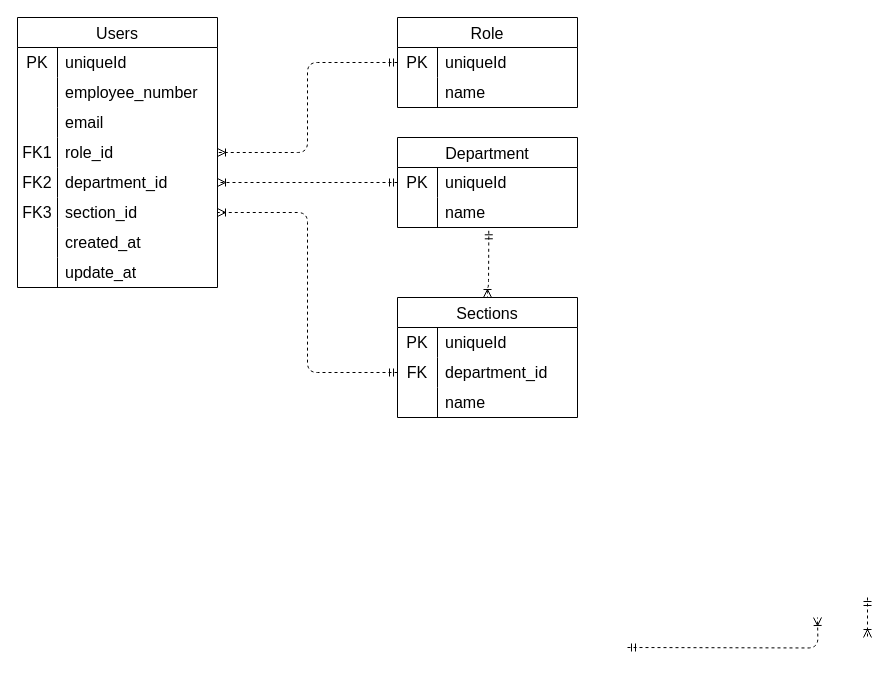
The draw.io diagram Surat Perintah Lembur.drawio in Hudha11/dbd-surat-perintah-lembur, before the edit. Source tidied: cells renumbered, new cells numbered last; positions are measured from the earlier drawing's top-left corner, leaving out a move shared by most shapes. Both pictures are drawn from the tidied source at 100%, with x=0, y=0 at pixel (17, 17).
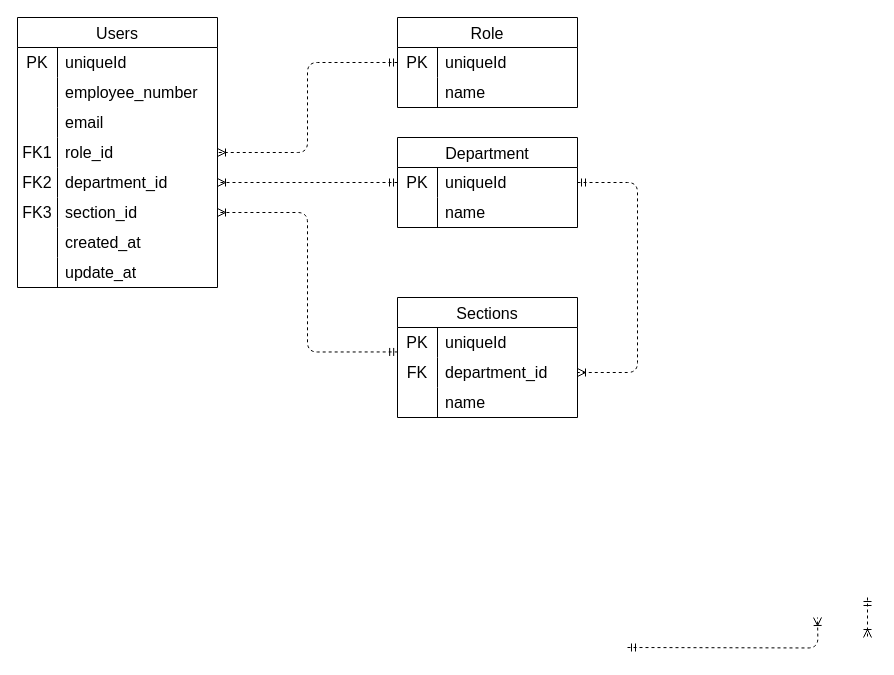
Above is the later version.

Unchanged cells that the change refers to:
```xml
<mxCell id="21" style="shape=tableRow;horizontal=0;startSize=0;swimlaneHead=0;swimlaneBody=0;top=0;left=0;bottom=0;right=0;fillColor=none;points=[[0,0.5],[1,0.5]];portConstraint=eastwest;strokeColor=inherit;fontSize=16;" parent="5" vertex="1">
  <mxGeometry y="180" width="200" height="30" as="geometry" />
</mxCell>
<mxCell id="38" style="shape=tableRow;horizontal=0;startSize=0;swimlaneHead=0;swimlaneBody=0;top=0;left=0;bottom=0;right=0;fillColor=none;points=[[0,0.5],[1,0.5]];portConstraint=eastwest;strokeColor=inherit;fontSize=16;" parent="37" vertex="1">
  <mxGeometry y="30" width="180" height="30" as="geometry" />
</mxCell>
<mxCell id="41" style="shape=tableRow;horizontal=0;startSize=0;swimlaneHead=0;swimlaneBody=0;top=0;left=0;bottom=0;right=0;fillColor=none;points=[[0,0.5],[1,0.5]];portConstraint=eastwest;strokeColor=inherit;fontSize=16;" parent="37" vertex="1">
  <mxGeometry y="60" width="180" height="30" as="geometry" />
</mxCell>
<mxCell id="44" value="Sections" style="shape=table;startSize=30;childLayout=tableLayout;rowLines=0;fontStyle=0;strokeColor=default;fontSize=16;" parent="1" vertex="1">
  <mxGeometry x="380" y="280" width="180" height="120" as="geometry" />
</mxCell>
<mxCell id="45" style="shape=tableRow;horizontal=0;startSize=0;swimlaneHead=0;swimlaneBody=0;top=0;left=0;bottom=0;right=0;fillColor=none;points=[[0,0.5],[1,0.5]];portConstraint=eastwest;strokeColor=inherit;fontSize=16;" parent="44" vertex="1">
  <mxGeometry y="30" width="180" height="30" as="geometry" />
</mxCell>
<mxCell id="48" style="shape=tableRow;horizontal=0;startSize=0;swimlaneHead=0;swimlaneBody=0;top=0;left=0;bottom=0;right=0;fillColor=none;points=[[0,0.5],[1,0.5]];portConstraint=eastwest;strokeColor=inherit;fontSize=16;" parent="44" vertex="1">
  <mxGeometry y="60" width="180" height="30" as="geometry" />
</mxCell>
```

The edit, as a diff of the source:
```diff
@@
-    <mxCell id="55" style="edgeStyle=orthogonalEdgeStyle;html=1;entryX=1;entryY=0.5;labelBackgroundColor=none;startArrow=ERmandOne;endArrow=ERoneToMany;fontFamily=Verdana;fontSize=12;align=left;dashed=1;entryDx=0;entryDy=0;exitX=0;exitY=0.5;exitDx=0;exitDy=0;" parent="1" edge="1" source="48" target="21">
+    <mxCell id="55" style="edgeStyle=orthogonalEdgeStyle;html=1;entryX=1;entryY=0.5;labelBackgroundColor=none;startArrow=ERmandOne;endArrow=ERoneToMany;fontFamily=Verdana;fontSize=12;align=left;dashed=1;entryDx=0;entryDy=0;exitX=0.001;exitY=0.815;exitDx=0;exitDy=0;exitPerimeter=0;" parent="1" edge="1" source="45" target="21">
       <mxGeometry relative="1" as="geometry" />
     </mxCell>
-    <mxCell id="56" style="edgeStyle=orthogonalEdgeStyle;html=1;entryX=0.5;entryY=0;labelBackgroundColor=none;startArrow=ERmandOne;endArrow=ERoneToMany;fontFamily=Verdana;fontSize=12;align=left;dashed=1;entryDx=0;entryDy=0;exitX=0.507;exitY=1.11;exitDx=0;exitDy=0;exitPerimeter=0;" parent="1" edge="1" source="41" target="44">
+    <mxCell id="56" style="edgeStyle=orthogonalEdgeStyle;html=1;entryX=1;entryY=0.5;labelBackgroundColor=none;startArrow=ERmandOne;endArrow=ERoneToMany;fontFamily=Verdana;fontSize=12;align=left;dashed=1;entryDx=0;entryDy=0;exitX=1;exitY=0.5;exitDx=0;exitDy=0;" parent="1" edge="1" source="38" target="48">
       <mxGeometry relative="1" as="geometry">
         <Array as="points">
-          <mxPoint x="471" y="220" />
-          <mxPoint x="471" y="270" />
-          <mxPoint x="470" y="270" />
+          <mxPoint x="620" y="165" />
+          <mxPoint x="620" y="355" />
         </Array>
       </mxGeometry>
     </mxCell>
```
